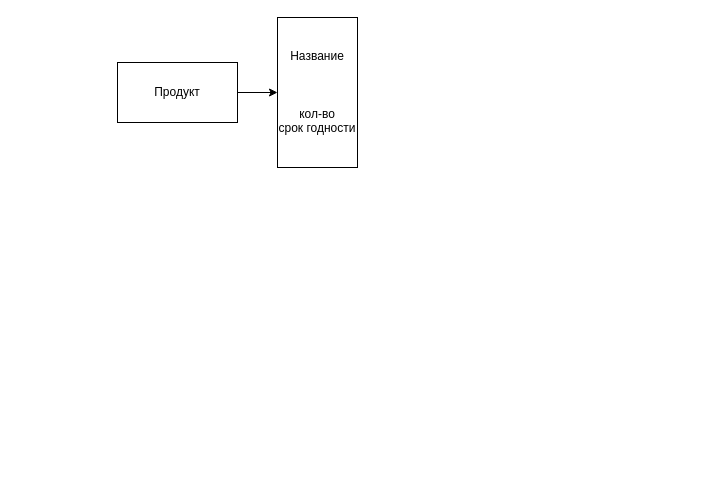
vovob0t/fridge_concepts keeps this draw.io diagram as scheme/Untitled Diagram.drawio. Above is the earlier version. Source tidied: cells renumbered, new cells numbered last; positions are measured from the earlier drawing's top-left corner, leaving out a move shared by most shapes. Both pictures are drawn from the tidied source at 100%, with x=0, y=0 at pixel (117, 17).
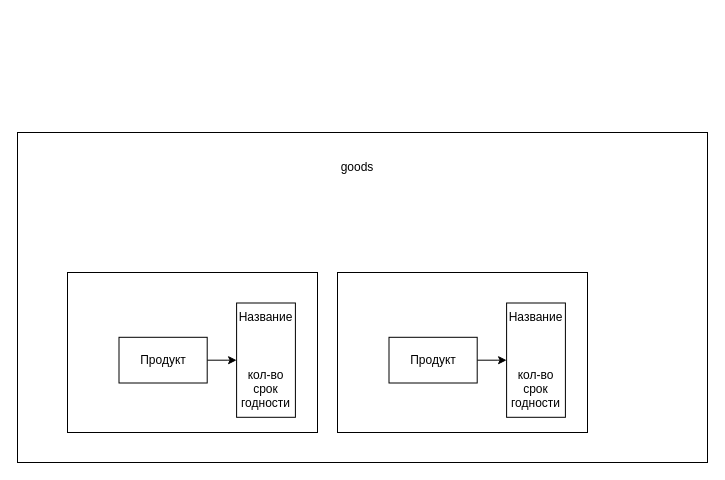
The same diagram, later.

Change to the diagram source:
```diff
@@
 <mxGraphModel>
   <root>
     <mxCell id="0" />
     <mxCell id="1" parent="0" />
+    <mxCell id="5" style="rounded=0;whiteSpace=wrap;html=1;" parent="1" vertex="1">
+      <mxGeometry x="-100" y="115" width="690" height="330" as="geometry" />
+    </mxCell>
+    <mxCell id="6" style="group;" parent="1" vertex="1">
+      <mxGeometry x="-50" y="255" width="250" height="160" as="geometry" />
+    </mxCell>
+    <mxCell id="7" style="rounded=0;whiteSpace=wrap;html=1;" parent="6" vertex="1">
+      <mxGeometry width="250" height="160" as="geometry" />
+    </mxCell>
-    <mxCell id="2" style="edgeStyle=orthogonalEdgeStyle;rounded=0;jettySize=auto;html=1;" parent="1" edge="1" source="3" target="4">
+    <mxCell id="2" style="edgeStyle=orthogonalEdgeStyle;rounded=0;jettySize=auto;html=1;" parent="6" edge="1" source="3" target="4">
       <mxGeometry relative="1" as="geometry" />
     </mxCell>
-    <mxCell id="3" value="&lt;div&gt;Продукт&lt;/div&gt;" style="rounded=0;whiteSpace=wrap;html=1;" parent="1" vertex="1">
-      <mxGeometry y="45" width="120" height="60" as="geometry" />
+    <mxCell id="3" value="&lt;div&gt;Продукт&lt;/div&gt;" style="rounded=0;whiteSpace=wrap;html=1;" parent="6" vertex="1">
+      <mxGeometry x="51.5" y="64.8" width="88.2" height="45.7" as="geometry" />
     </mxCell>
-    <mxCell id="4" value="Название&lt;br&gt;&lt;br&gt;&lt;br&gt;&lt;br&gt;кол-во&lt;br&gt;срок годности" style="rounded=0;whiteSpace=wrap;html=1;" parent="1" vertex="1">
-      <mxGeometry x="160" width="80" height="150" as="geometry" />
+    <mxCell id="4" value="Название&lt;br&gt;&lt;br&gt;&lt;br&gt;&lt;br&gt;кол-во&lt;br&gt;срок годности" style="rounded=0;whiteSpace=wrap;html=1;" parent="6" vertex="1">
+      <mxGeometry x="169.1" y="30.5" width="58.8" height="114.3" as="geometry" />
     </mxCell>
+    <mxCell id="8" style="group;" parent="1" vertex="1">
+      <mxGeometry x="220" y="255" width="250" height="160" as="geometry" />
+    </mxCell>
+    <mxCell id="9" style="rounded=0;whiteSpace=wrap;html=1;" parent="8" vertex="1">
+      <mxGeometry width="250" height="160" as="geometry" />
+    </mxCell>
+    <mxCell id="10" style="edgeStyle=orthogonalEdgeStyle;rounded=0;jettySize=auto;html=1;" parent="8" edge="1" source="11" target="12">
+      <mxGeometry relative="1" as="geometry" />
+    </mxCell>
+    <mxCell id="11" value="&lt;div&gt;Продукт&lt;/div&gt;" style="rounded=0;whiteSpace=wrap;html=1;" parent="8" vertex="1">
+      <mxGeometry x="51.5" y="64.8" width="88.2" height="45.7" as="geometry" />
+    </mxCell>
+    <mxCell id="12" value="Название&lt;br&gt;&lt;br&gt;&lt;br&gt;&lt;br&gt;кол-во&lt;br&gt;срок годности" style="rounded=0;whiteSpace=wrap;html=1;" parent="8" vertex="1">
+      <mxGeometry x="169.1" y="30.5" width="58.8" height="114.3" as="geometry" />
+    </mxCell>
+    <mxCell id="13" value="&lt;div&gt;goods&lt;/div&gt;" style="text;html=1;align=center;verticalAlign=middle;whiteSpace=wrap;rounded=0;" parent="1" vertex="1">
+      <mxGeometry x="150" y="125" width="180" height="50" as="geometry" />
+    </mxCell>
   </root>
 </mxGraphModel>
```
